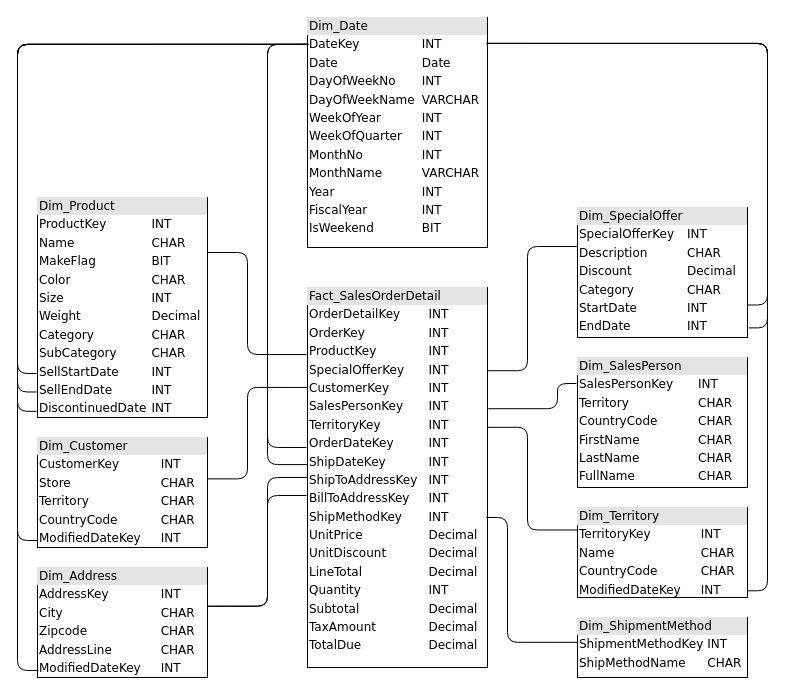
This is DW_diagram.drawio from SlatanEnLexSemester4/Data-Warehousing-en-Business-Intelligence, a draw.io file, before an edit. Source tidied: cells renumbered, new cells numbered last; positions are measured from the earlier drawing's top-left corner, leaving out a move shared by most shapes. Both pictures are drawn from the tidied source at 100%, with x=0, y=0 at pixel (17, 17).
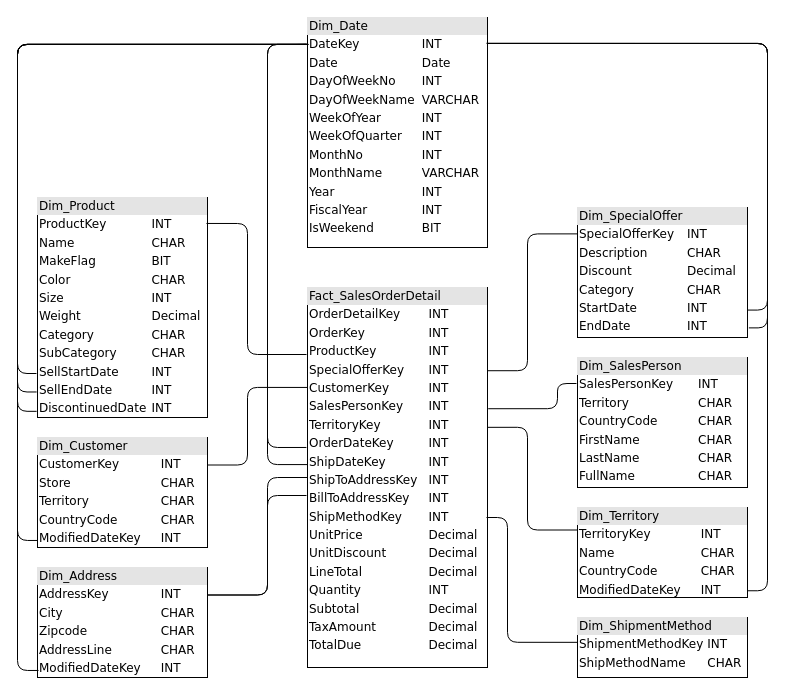
The same page after the edit.

Commit message:
updated connections so that they point to the Key row

Unchanged cells that the change refers to:
```xml
<mxCell id="2" value="&lt;div style=&quot;box-sizing: border-box ; width: 100% ; background: #e4e4e4 ; padding: 2px&quot;&gt;Fact_SalesOrderDetail&lt;/div&gt;&lt;table style=&quot;width: 100% ; font-size: 1em&quot; cellspacing=&quot;0&quot; cellpadding=&quot;2&quot;&gt;&lt;tbody&gt;&lt;tr&gt;&lt;td&gt;OrderDetailKey&lt;/td&gt;&lt;td&gt;INT&lt;/td&gt;&lt;td&gt;&lt;br&gt;&lt;/td&gt;&lt;/tr&gt;&lt;tr&gt;&lt;td&gt;OrderKey&lt;/td&gt;&lt;td&gt;INT&lt;/td&gt;&lt;td&gt;&lt;br&gt;&lt;/td&gt;&lt;/tr&gt;&lt;tr&gt;&lt;td&gt;ProductKey&lt;/td&gt;&lt;td&gt;INT&lt;/td&gt;&lt;td&gt;&lt;br&gt;&lt;/td&gt;&lt;/tr&gt;&lt;tr&gt;&lt;td&gt;SpecialOfferKey&lt;br&gt;&lt;/td&gt;&lt;td&gt;INT&lt;/td&gt;&lt;td&gt;&lt;br&gt;&lt;/td&gt;&lt;/tr&gt;&lt;tr&gt;&lt;td&gt;CustomerKey&lt;br&gt;&lt;/td&gt;&lt;td&gt;INT&lt;/td&gt;&lt;td&gt;&lt;br&gt;&lt;/td&gt;&lt;/tr&gt;&lt;tr&gt;&lt;td&gt;SalesPersonKey&lt;br&gt;&lt;/td&gt;&lt;td&gt;INT&lt;/td&gt;&lt;td&gt;&lt;br&gt;&lt;/td&gt;&lt;/tr&gt;&lt;tr&gt;&lt;td&gt;TerritoryKey&lt;br&gt;&lt;/td&gt;&lt;td&gt;INT&lt;/td&gt;&lt;td&gt;&lt;br&gt;&lt;/td&gt;&lt;/tr&gt;&lt;tr&gt;&lt;td&gt;OrderDateKey&lt;br&gt;&lt;/td&gt;&lt;td&gt;INT&lt;/td&gt;&lt;td&gt;&lt;br&gt;&lt;/td&gt;&lt;/tr&gt;&lt;tr&gt;&lt;td&gt;ShipDateKey&lt;br&gt;&lt;/td&gt;&lt;td&gt;INT&lt;br&gt;&lt;/td&gt;&lt;td&gt;&lt;br&gt;&lt;/td&gt;&lt;/tr&gt;&lt;tr&gt;&lt;td&gt;ShipToAddressKey&lt;br&gt;&lt;/td&gt;&lt;td&gt;INT&lt;br&gt;&lt;/td&gt;&lt;td&gt;&lt;br&gt;&lt;/td&gt;&lt;/tr&gt;&lt;tr&gt;&lt;td&gt;BillToAddressKey&lt;br&gt;&lt;/td&gt;&lt;td&gt;INT&lt;br&gt;&lt;/td&gt;&lt;td&gt;&lt;br&gt;&lt;/td&gt;&lt;/tr&gt;&lt;tr&gt;&lt;td&gt;ShipMethodKey&lt;br&gt;&lt;/td&gt;&lt;td&gt;INT&lt;br&gt;&lt;/td&gt;&lt;td&gt;&lt;br&gt;&lt;/td&gt;&lt;/tr&gt;&lt;tr&gt;&lt;td&gt;UnitPrice&lt;br&gt;&lt;/td&gt;&lt;td&gt;Decimal&lt;br&gt;&lt;/td&gt;&lt;td&gt;&lt;br&gt;&lt;/td&gt;&lt;/tr&gt;&lt;tr&gt;&lt;td&gt;UnitDiscount&lt;br&gt;&lt;/td&gt;&lt;td&gt;Decimal&lt;br&gt;&lt;/td&gt;&lt;td&gt;&lt;br&gt;&lt;/td&gt;&lt;/tr&gt;&lt;tr&gt;&lt;td&gt;LineTotal&lt;br&gt;&lt;/td&gt;&lt;td&gt;Decimal&lt;br&gt;&lt;/td&gt;&lt;td&gt;&lt;br&gt;&lt;/td&gt;&lt;/tr&gt;&lt;tr&gt;&lt;td&gt;Quantity&lt;br&gt;&lt;/td&gt;&lt;td&gt;INT&lt;br&gt;&lt;/td&gt;&lt;td&gt;&lt;br&gt;&lt;/td&gt;&lt;/tr&gt;&lt;tr&gt;&lt;td&gt;Subtotal&lt;br&gt;&lt;/td&gt;&lt;td&gt;Decimal&lt;br&gt;&lt;/td&gt;&lt;td&gt;&lt;br&gt;&lt;/td&gt;&lt;/tr&gt;&lt;tr&gt;&lt;td&gt;TaxAmount&lt;br&gt;&lt;/td&gt;&lt;td&gt;Decimal&lt;br&gt;&lt;/td&gt;&lt;td&gt;&lt;br&gt;&lt;/td&gt;&lt;/tr&gt;&lt;tr&gt;&lt;td&gt;TotalDue&lt;br&gt;&lt;/td&gt;&lt;td&gt;Decimal&lt;br&gt;&lt;/td&gt;&lt;td&gt;&lt;br&gt;&lt;/td&gt;&lt;/tr&gt;&lt;/tbody&gt;&lt;/table&gt;" style="verticalAlign=top;align=left;overflow=fill;html=1;rounded=0;shadow=0;comic=0;labelBackgroundColor=none;strokeWidth=1;fontFamily=Verdana;fontSize=12;" parent="1" vertex="1">
  <mxGeometry x="290" y="270" width="180" height="380" as="geometry" />
</mxCell>
<mxCell id="3" value="&lt;div style=&quot;box-sizing: border-box ; width: 100% ; background: #e4e4e4 ; padding: 2px&quot;&gt;Dim_Date&lt;/div&gt;&lt;table style=&quot;width: 100% ; font-size: 1em&quot; cellspacing=&quot;0&quot; cellpadding=&quot;2&quot;&gt;&lt;tbody&gt;&lt;tr&gt;&lt;td&gt;DateKey&lt;/td&gt;&lt;td&gt;INT&lt;/td&gt;&lt;td&gt;&lt;br&gt;&lt;/td&gt;&lt;/tr&gt;&lt;tr&gt;&lt;td&gt;Date&lt;/td&gt;&lt;td&gt;Date&lt;/td&gt;&lt;td&gt;&lt;br&gt;&lt;/td&gt;&lt;/tr&gt;&lt;tr&gt;&lt;td&gt;DayOfWeekNo&lt;br&gt;&lt;/td&gt;&lt;td&gt;INT&lt;br&gt;&lt;/td&gt;&lt;td&gt;&lt;br&gt;&lt;/td&gt;&lt;/tr&gt;&lt;tr&gt;&lt;td&gt;DayOfWeekName&lt;br&gt;&lt;/td&gt;&lt;td&gt;VARCHAR&lt;br&gt;&lt;/td&gt;&lt;td&gt;&lt;br&gt;&lt;/td&gt;&lt;/tr&gt;&lt;tr&gt;&lt;td&gt;WeekOfYear&lt;br&gt;&lt;/td&gt;&lt;td&gt;INT&lt;br&gt;&lt;/td&gt;&lt;td&gt;&lt;br&gt;&lt;/td&gt;&lt;/tr&gt;&lt;tr&gt;&lt;td&gt;WeekOfQuarter&lt;br&gt;&lt;/td&gt;&lt;td&gt;INT&lt;br&gt;&lt;/td&gt;&lt;td&gt;&lt;br&gt;&lt;/td&gt;&lt;/tr&gt;&lt;tr&gt;&lt;td&gt;MonthNo&lt;br&gt;&lt;/td&gt;&lt;td&gt;INT&lt;br&gt;&lt;/td&gt;&lt;td&gt;&lt;br&gt;&lt;/td&gt;&lt;/tr&gt;&lt;tr&gt;&lt;td&gt;MonthName&lt;br&gt;&lt;/td&gt;&lt;td&gt;VARCHAR&lt;br&gt;&lt;/td&gt;&lt;td&gt;&lt;br&gt;&lt;/td&gt;&lt;/tr&gt;&lt;tr&gt;&lt;td&gt;Year&lt;br&gt;&lt;/td&gt;&lt;td&gt;INT&lt;br&gt;&lt;/td&gt;&lt;td&gt;&lt;br&gt;&lt;/td&gt;&lt;/tr&gt;&lt;tr&gt;&lt;td&gt;FiscalYear&lt;br&gt;&lt;/td&gt;&lt;td&gt;INT&lt;br&gt;&lt;/td&gt;&lt;td&gt;&lt;br&gt;&lt;/td&gt;&lt;/tr&gt;&lt;tr&gt;&lt;td&gt;IsWeekend&lt;br&gt;&lt;/td&gt;&lt;td&gt;BIT&lt;br&gt;&lt;/td&gt;&lt;td&gt;&lt;br&gt;&lt;/td&gt;&lt;/tr&gt;&lt;/tbody&gt;&lt;/table&gt;" style="verticalAlign=top;align=left;overflow=fill;html=1;rounded=0;shadow=0;comic=0;labelBackgroundColor=none;strokeWidth=1;fontFamily=Verdana;fontSize=12;" parent="1" vertex="1">
  <mxGeometry x="290" width="180" height="230" as="geometry" />
</mxCell>
<mxCell id="4" value="&lt;div style=&quot;box-sizing: border-box ; width: 100% ; background: #e4e4e4 ; padding: 2px&quot;&gt;Dim_SpecialOffer&lt;/div&gt;&lt;table style=&quot;width: 100% ; font-size: 1em&quot; cellspacing=&quot;0&quot; cellpadding=&quot;2&quot;&gt;&lt;tbody&gt;&lt;tr&gt;&lt;td&gt;SpecialOfferKey&lt;/td&gt;&lt;td&gt;INT&lt;/td&gt;&lt;td&gt;&lt;br&gt;&lt;/td&gt;&lt;/tr&gt;&lt;tr&gt;&lt;td&gt;Description&lt;/td&gt;&lt;td&gt;CHAR&lt;/td&gt;&lt;td&gt;&lt;br&gt;&lt;/td&gt;&lt;/tr&gt;&lt;tr&gt;&lt;td&gt;Discount&lt;br&gt;&lt;/td&gt;&lt;td&gt;Decimal&lt;br&gt;&lt;/td&gt;&lt;td&gt;&lt;br&gt;&lt;/td&gt;&lt;/tr&gt;&lt;tr&gt;&lt;td&gt;Category&lt;br&gt;&lt;/td&gt;&lt;td&gt;CHAR&lt;br&gt;&lt;/td&gt;&lt;td&gt;&lt;br&gt;&lt;/td&gt;&lt;/tr&gt;&lt;tr&gt;&lt;td&gt;StartDate&lt;br&gt;&lt;/td&gt;&lt;td&gt;INT&lt;br&gt;&lt;/td&gt;&lt;td&gt;&lt;br&gt;&lt;/td&gt;&lt;/tr&gt;&lt;tr&gt;&lt;td&gt;EndDate&lt;br&gt;&lt;/td&gt;&lt;td&gt;INT&lt;br&gt;&lt;/td&gt;&lt;td&gt;&lt;br&gt;&lt;/td&gt;&lt;/tr&gt;&lt;/tbody&gt;&lt;/table&gt;" style="verticalAlign=top;align=left;overflow=fill;html=1;rounded=0;shadow=0;comic=0;labelBackgroundColor=none;strokeWidth=1;fontFamily=Verdana;fontSize=12;" parent="1" vertex="1">
  <mxGeometry x="560" y="190" width="170" height="130" as="geometry" />
</mxCell>
<mxCell id="6" value="&lt;div style=&quot;box-sizing: border-box ; width: 100% ; background: #e4e4e4 ; padding: 2px&quot;&gt;Dim_Product&lt;/div&gt;&lt;table style=&quot;width: 100% ; font-size: 1em&quot; cellspacing=&quot;0&quot; cellpadding=&quot;2&quot;&gt;&lt;tbody&gt;&lt;tr&gt;&lt;td&gt;ProductKey&lt;/td&gt;&lt;td&gt;INT&lt;/td&gt;&lt;td&gt;&lt;br&gt;&lt;/td&gt;&lt;/tr&gt;&lt;tr&gt;&lt;td&gt;Name&lt;/td&gt;&lt;td&gt;CHAR&lt;/td&gt;&lt;td&gt;&lt;br&gt;&lt;/td&gt;&lt;/tr&gt;&lt;tr&gt;&lt;td&gt;MakeFlag&lt;/td&gt;&lt;td&gt;BIT&lt;/td&gt;&lt;td&gt;&lt;br&gt;&lt;/td&gt;&lt;/tr&gt;&lt;tr&gt;&lt;td&gt;Color&lt;br&gt;&lt;/td&gt;&lt;td&gt;CHAR&lt;/td&gt;&lt;td&gt;&lt;br&gt;&lt;/td&gt;&lt;/tr&gt;&lt;tr&gt;&lt;td&gt;Size&lt;br&gt;&lt;/td&gt;&lt;td&gt;INT&lt;/td&gt;&lt;td&gt;&lt;br&gt;&lt;/td&gt;&lt;/tr&gt;&lt;tr&gt;&lt;td&gt;Weight&lt;br&gt;&lt;/td&gt;&lt;td&gt;Decimal&lt;/td&gt;&lt;td&gt;&lt;br&gt;&lt;/td&gt;&lt;/tr&gt;&lt;tr&gt;&lt;td&gt;Category&lt;br&gt;&lt;/td&gt;&lt;td&gt;CHAR&lt;/td&gt;&lt;td&gt;&lt;br&gt;&lt;/td&gt;&lt;/tr&gt;&lt;tr&gt;&lt;td&gt;SubCategory&lt;br&gt;&lt;/td&gt;&lt;td&gt;CHAR&lt;/td&gt;&lt;td&gt;&lt;br&gt;&lt;/td&gt;&lt;/tr&gt;&lt;tr&gt;&lt;td&gt;SellStartDate&lt;br&gt;&lt;/td&gt;&lt;td&gt;INT&lt;br&gt;&lt;/td&gt;&lt;td&gt;&lt;br&gt;&lt;/td&gt;&lt;/tr&gt;&lt;tr&gt;&lt;td&gt;SellEndDate&lt;br&gt;&lt;/td&gt;&lt;td&gt;INT&lt;br&gt;&lt;/td&gt;&lt;td&gt;&lt;br&gt;&lt;/td&gt;&lt;/tr&gt;&lt;tr&gt;&lt;td&gt;DiscontinuedDate&lt;br&gt;&lt;/td&gt;&lt;td&gt;INT&lt;br&gt;&lt;/td&gt;&lt;td&gt;&lt;br&gt;&lt;/td&gt;&lt;/tr&gt;&lt;/tbody&gt;&lt;/table&gt;" style="verticalAlign=top;align=left;overflow=fill;html=1;rounded=0;shadow=0;comic=0;labelBackgroundColor=none;strokeWidth=1;fontFamily=Verdana;fontSize=12;" parent="1" vertex="1">
  <mxGeometry x="20" y="180" width="170" height="220" as="geometry" />
</mxCell>
<mxCell id="7" value="&lt;div style=&quot;box-sizing: border-box ; width: 100% ; background: #e4e4e4 ; padding: 2px&quot;&gt;Dim_Address&lt;/div&gt;&lt;table style=&quot;width: 100% ; font-size: 1em&quot; cellspacing=&quot;0&quot; cellpadding=&quot;2&quot;&gt;&lt;tbody&gt;&lt;tr&gt;&lt;td&gt;AddressKey&lt;/td&gt;&lt;td&gt;INT&lt;/td&gt;&lt;td&gt;&lt;br&gt;&lt;/td&gt;&lt;/tr&gt;&lt;tr&gt;&lt;td&gt;City&lt;/td&gt;&lt;td&gt;CHAR&lt;/td&gt;&lt;td&gt;&lt;br&gt;&lt;/td&gt;&lt;/tr&gt;&lt;tr&gt;&lt;td&gt;Zipcode&lt;br&gt;&lt;/td&gt;&lt;td&gt;CHAR&lt;br&gt;&lt;/td&gt;&lt;td&gt;&lt;br&gt;&lt;/td&gt;&lt;/tr&gt;&lt;tr&gt;&lt;td&gt;AddressLine&lt;br&gt;&lt;/td&gt;&lt;td&gt;CHAR&lt;br&gt;&lt;/td&gt;&lt;td&gt;&lt;br&gt;&lt;/td&gt;&lt;/tr&gt;&lt;tr&gt;&lt;td&gt;ModifiedDateKey&lt;br&gt;&lt;/td&gt;&lt;td&gt;INT&lt;br&gt;&lt;/td&gt;&lt;td&gt;&lt;br&gt;&lt;/td&gt;&lt;/tr&gt;&lt;tr&gt;&lt;td&gt;&lt;br&gt;&lt;/td&gt;&lt;td&gt;&lt;br&gt;&lt;/td&gt;&lt;td&gt;&lt;br&gt;&lt;/td&gt;&lt;/tr&gt;&lt;/tbody&gt;&lt;/table&gt;" style="verticalAlign=top;align=left;overflow=fill;html=1;rounded=0;shadow=0;comic=0;labelBackgroundColor=none;strokeWidth=1;fontFamily=Verdana;fontSize=12;" parent="1" vertex="1">
  <mxGeometry x="20" y="550" width="170" height="110" as="geometry" />
</mxCell>
<mxCell id="9" value="&lt;div style=&quot;box-sizing: border-box ; width: 100% ; background: #e4e4e4 ; padding: 2px&quot;&gt;Dim_Customer&lt;/div&gt;&lt;table style=&quot;width: 100% ; font-size: 1em&quot; cellspacing=&quot;0&quot; cellpadding=&quot;2&quot;&gt;&lt;tbody&gt;&lt;tr&gt;&lt;td&gt;CustomerKey&lt;/td&gt;&lt;td&gt;INT&lt;/td&gt;&lt;td&gt;&lt;br&gt;&lt;/td&gt;&lt;/tr&gt;&lt;tr&gt;&lt;td&gt;Store&lt;/td&gt;&lt;td&gt;CHAR&lt;/td&gt;&lt;td&gt;&lt;br&gt;&lt;/td&gt;&lt;/tr&gt;&lt;tr&gt;&lt;td&gt;Territory&lt;br&gt;&lt;/td&gt;&lt;td&gt;CHAR&lt;br&gt;&lt;/td&gt;&lt;td&gt;&lt;br&gt;&lt;/td&gt;&lt;/tr&gt;&lt;tr&gt;&lt;td&gt;CountryCode&lt;br&gt;&lt;/td&gt;&lt;td&gt;CHAR&lt;br&gt;&lt;/td&gt;&lt;td&gt;&lt;br&gt;&lt;/td&gt;&lt;/tr&gt;&lt;tr&gt;&lt;td&gt;ModifiedDateKey&lt;br&gt;&lt;/td&gt;&lt;td&gt;INT&lt;br&gt;&lt;/td&gt;&lt;td&gt;&lt;br&gt;&lt;/td&gt;&lt;/tr&gt;&lt;tr&gt;&lt;td&gt;&lt;br&gt;&lt;/td&gt;&lt;td&gt;&lt;br&gt;&lt;/td&gt;&lt;td&gt;&lt;br&gt;&lt;/td&gt;&lt;/tr&gt;&lt;/tbody&gt;&lt;/table&gt;" style="verticalAlign=top;align=left;overflow=fill;html=1;rounded=0;shadow=0;comic=0;labelBackgroundColor=none;strokeWidth=1;fontFamily=Verdana;fontSize=12;" parent="1" vertex="1">
  <mxGeometry x="20" y="420" width="170" height="110" as="geometry" />
</mxCell>
```

What changed in the source:
```diff
@@
-    <mxCell id="13" style="endArrow=none;html=1;entryX=0;entryY=0.3;entryDx=0;entryDy=0;exitX=1.002;exitY=0.219;exitDx=0;exitDy=0;exitPerimeter=0;entryPerimeter=0;edgeStyle=orthogonalEdgeStyle;" parent="1" edge="1" source="2" target="4">
+    <mxCell id="13" style="endArrow=none;html=1;entryX=-0.002;entryY=0.203;entryDx=0;entryDy=0;exitX=1.002;exitY=0.219;exitDx=0;exitDy=0;exitPerimeter=0;edgeStyle=orthogonalEdgeStyle;entryPerimeter=0;" parent="1" edge="1" source="2" target="4">
       <mxGeometry relative="1" as="geometry">
         <Array as="points">
           <mxPoint x="510" y="353" />
-          <mxPoint x="510" y="229" />
+          <mxPoint x="510" y="216" />
+          <mxPoint x="560" y="216" />
         </Array>
       </mxGeometry>
     </mxCell>
-    <mxCell id="14" style="endArrow=none;html=1;exitX=1;exitY=0.376;exitDx=0;exitDy=0;exitPerimeter=0;edgeStyle=orthogonalEdgeStyle;entryX=-0.002;entryY=0.263;entryDx=0;entryDy=0;entryPerimeter=0;" parent="1" edge="1" source="9" target="2">
+    <mxCell id="14" style="endArrow=none;html=1;exitX=1;exitY=0.25;exitDx=0;exitDy=0;edgeStyle=orthogonalEdgeStyle;entryX=-0.002;entryY=0.263;entryDx=0;entryDy=0;entryPerimeter=0;" parent="1" edge="1" source="9" target="2">
       <mxGeometry relative="1" as="geometry">
         <Array as="points">
-          <mxPoint x="230" y="461" />
+          <mxPoint x="230" y="447" />
           <mxPoint x="230" y="370" />
         </Array>
       </mxGeometry>
     </mxCell>
@@
-    <mxCell id="16" style="endArrow=none;html=1;exitX=1;exitY=0.25;exitDx=0;exitDy=0;edgeStyle=orthogonalEdgeStyle;" parent="1" edge="1" source="6">
+    <mxCell id="16" style="endArrow=none;html=1;exitX=0.994;exitY=0.118;exitDx=0;exitDy=0;edgeStyle=orthogonalEdgeStyle;exitPerimeter=0;" parent="1" edge="1" source="6">
       <mxGeometry relative="1" as="geometry">
         <mxPoint x="289" y="337" as="targetPoint" />
         <Array as="points">
-          <mxPoint x="230" y="235" />
+          <mxPoint x="230" y="206" />
           <mxPoint x="230" y="337" />
         </Array>
       </mxGeometry>
     </mxCell>
@@
-    <mxCell id="18" style="endArrow=none;html=1;exitX=0.996;exitY=0.352;exitDx=0;exitDy=0;edgeStyle=orthogonalEdgeStyle;entryX=0;entryY=0.5;entryDx=0;entryDy=0;exitPerimeter=0;" parent="1" edge="1" source="7" target="2">
+    <mxCell id="18" style="endArrow=none;html=1;exitX=1;exitY=0.25;exitDx=0;exitDy=0;edgeStyle=orthogonalEdgeStyle;entryX=0;entryY=0.5;entryDx=0;entryDy=0;" parent="1" edge="1" source="7" target="2">
       <mxGeometry relative="1" as="geometry">
         <Array as="points">
-          <mxPoint x="250" y="589" />
+          <mxPoint x="250" y="577" />
           <mxPoint x="250" y="460" />
         </Array>
       </mxGeometry>
     </mxCell>
-    <mxCell id="19" style="endArrow=none;html=1;edgeStyle=orthogonalEdgeStyle;exitX=0.999;exitY=0.352;exitDx=0;exitDy=0;exitPerimeter=0;" parent="1" edge="1" source="7">
+    <mxCell id="19" style="endArrow=none;html=1;edgeStyle=orthogonalEdgeStyle;exitX=1;exitY=0.25;exitDx=0;exitDy=0;" parent="1" edge="1" source="7">
       <mxGeometry relative="1" as="geometry">
         <mxPoint x="289" y="478" as="targetPoint" />
         <Array as="points">
-          <mxPoint x="250" y="589" />
+          <mxPoint x="250" y="577" />
           <mxPoint x="250" y="478" />
         </Array>
       </mxGeometry>
     </mxCell>
@@
-    <mxCell id="26" style="endArrow=none;html=1;shadow=0;exitX=1;exitY=0.75;exitDx=0;exitDy=0;edgeStyle=orthogonalEdgeStyle;entryX=0.994;entryY=0.112;entryDx=0;entryDy=0;entryPerimeter=0;" parent="1" edge="1" source="4" target="3">
+    <mxCell id="26" style="endArrow=none;html=1;shadow=0;exitX=1.001;exitY=0.789;exitDx=0;exitDy=0;edgeStyle=orthogonalEdgeStyle;entryX=0.994;entryY=0.112;entryDx=0;entryDy=0;entryPerimeter=0;exitPerimeter=0;" parent="1" edge="1" source="4" target="3">
       <mxGeometry relative="1" as="geometry">
         <Array as="points">
-          <mxPoint x="750" y="288" />
+          <mxPoint x="750" y="293" />
           <mxPoint x="750" y="26" />
         </Array>
       </mxGeometry>
     </mxCell>
```
